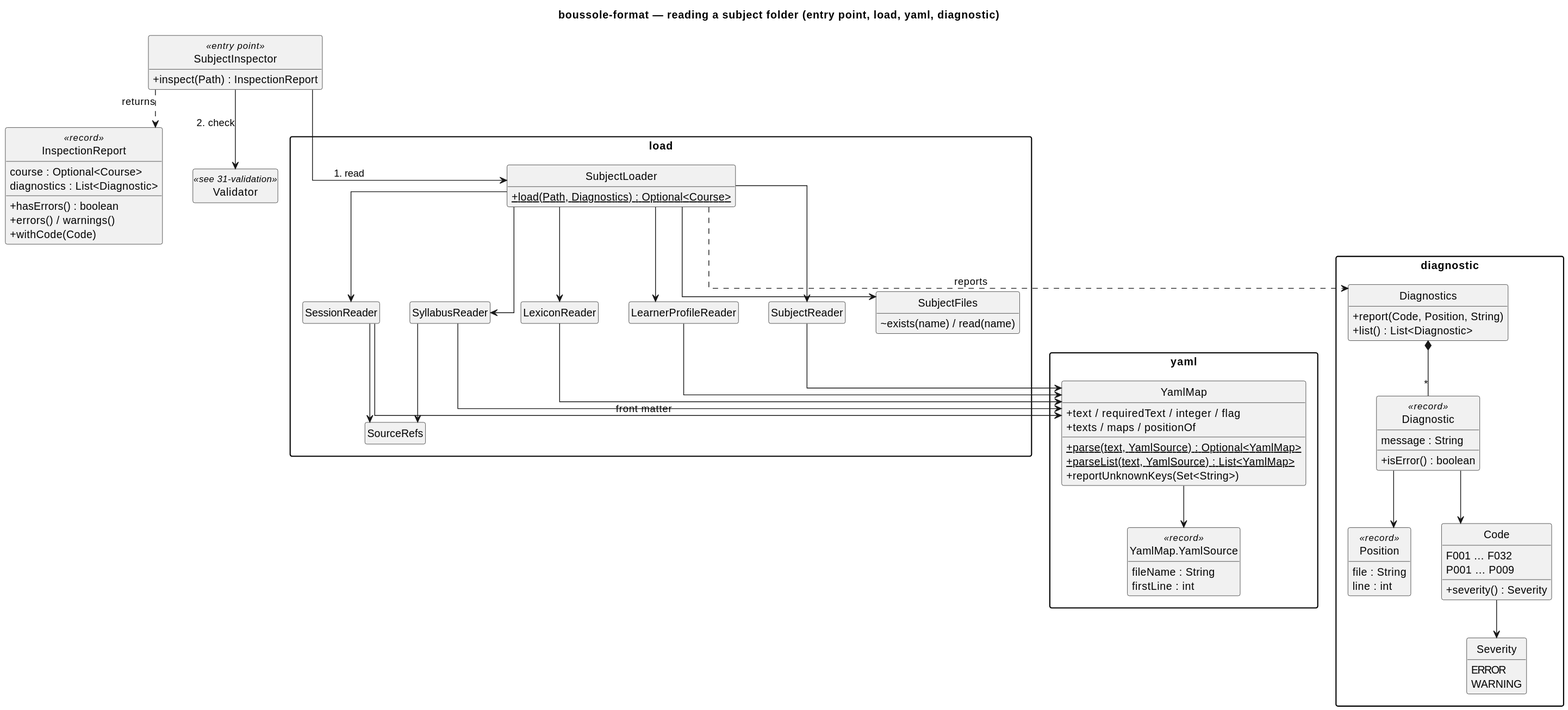
This is docs/diagrams/30-loading.svg from lucasssoh/Boussole, a PlantUML export, as it was before one commit.
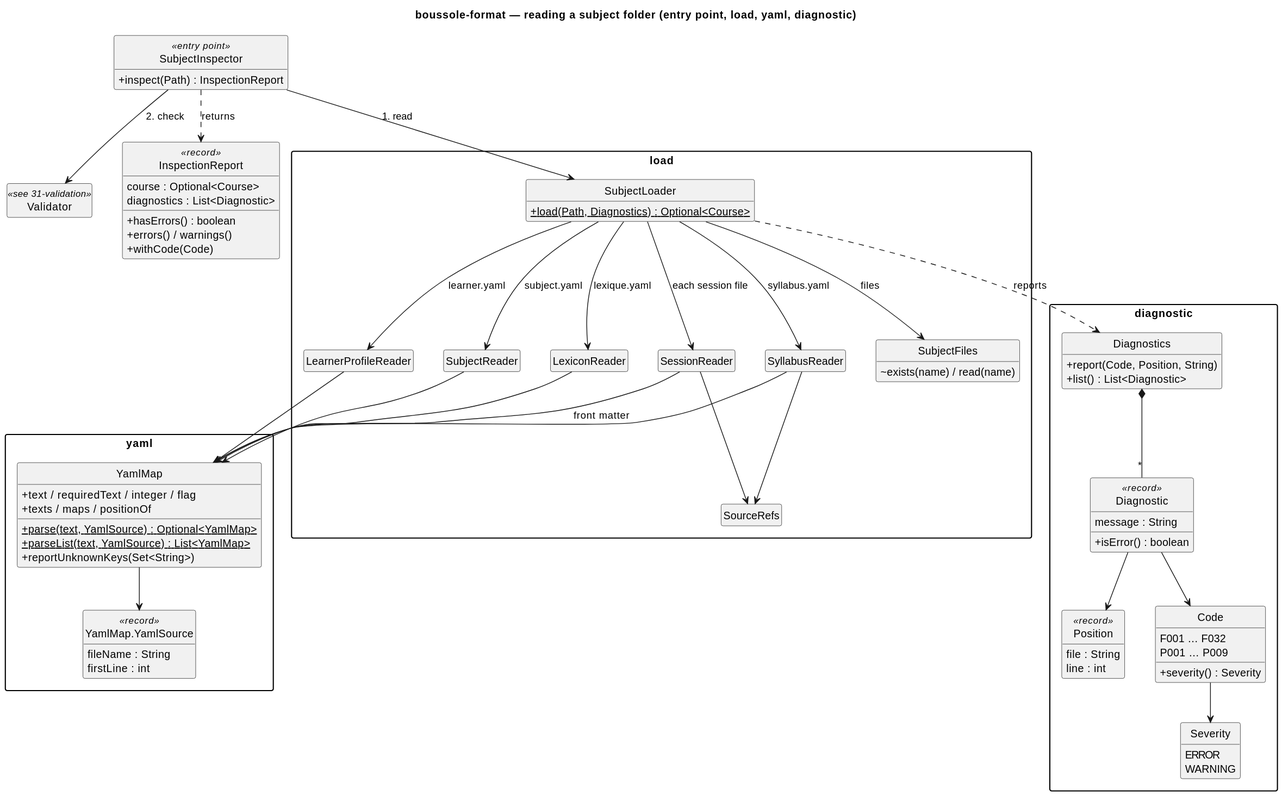
Later version of the same file.

The edit, as a diff of the source:
```diff
@@ -1,7 +1,6 @@
 @startuml
 skinparam packageStyle rectangle
 skinparam classAttributeIconSize 0
-skinparam linetype ortho
 skinparam nodesep 40
 skinparam ranksep 50
 hide empty members
@@ -75,12 +74,12 @@
 
 SubjectInspector --> SubjectLoader : 1. read
 SubjectInspector ..> InspectionReport : returns
-SubjectLoader --> SubjectFiles
-SubjectLoader --> SubjectReader
-SubjectLoader --> SyllabusReader
-SubjectLoader --> LexiconReader
-SubjectLoader --> LearnerProfileReader
-SubjectLoader --> SessionReader
+SubjectLoader --> SubjectFiles : files
+SubjectLoader --> SubjectReader : subject.yaml
+SubjectLoader --> SyllabusReader : syllabus.yaml
+SubjectLoader --> LexiconReader : lexique.yaml
+SubjectLoader --> LearnerProfileReader : learner.yaml
+SubjectLoader --> SessionReader : each session file
 SyllabusReader --> SourceRefs
 SessionReader --> SourceRefs
 SubjectReader --> YamlMap
```
